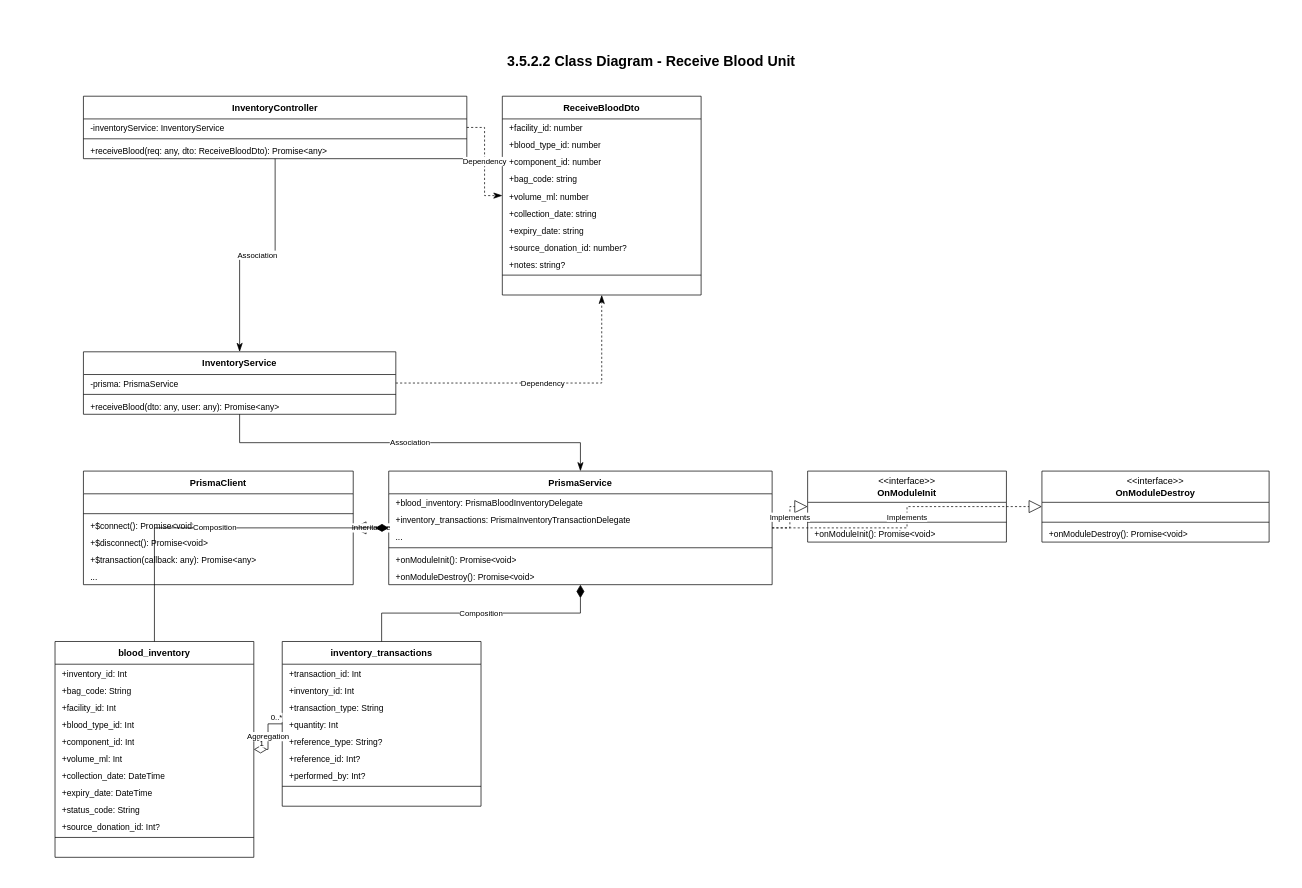
Above: page "Receive Blood Unit" (3 of 6) of inventory_all_class_diagrams.drawio in CuongBC195/class-diagram-donation-blood (draw.io), before the change. Source tidied: cells renumbered, new cells numbered last; positions are measured from the earlier drawing's top-left corner, leaving out a move shared by most shapes. Both pictures are drawn from the tidied source at 71%, with x=0, y=0 at pixel (12, 46).
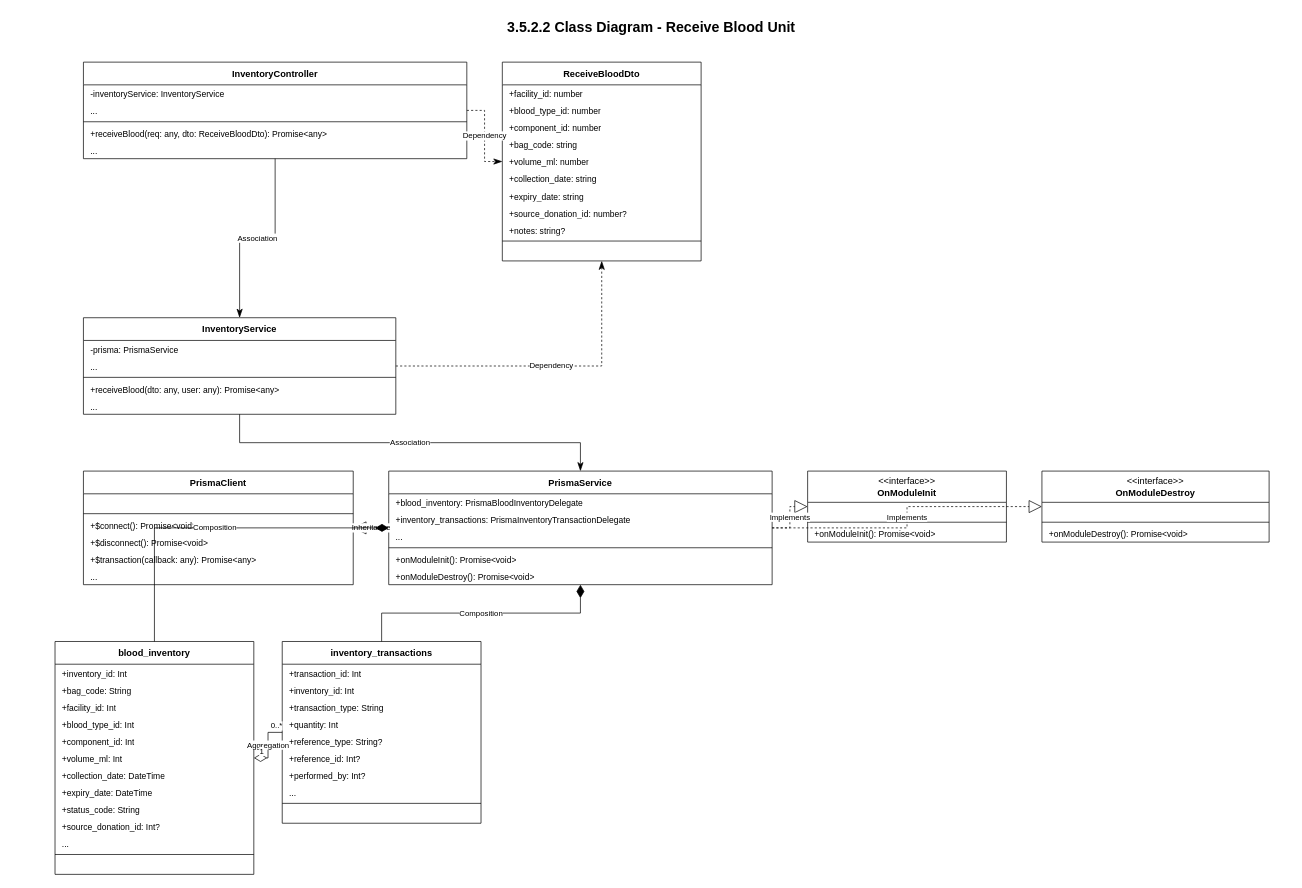
The same page after the edit.

The edit, as a diff of the source:
```diff
@@
     <mxCell id="2" value="3.5.2.2 Class Diagram - Receive Blood Unit" style="text;html=1;strokeColor=none;fillColor=none;align=center;verticalAlign=middle;whiteSpace=wrap;rounded=0;fontFamily=Arial;fontSize=20;fontStyle=1;fontColor=#000000;" parent="1" vertex="1">
-      <mxGeometry width="1800" height="40" as="geometry" />
+      <mxGeometry y="-48" width="1800" height="40" as="geometry" />
     </mxCell>
     <mxCell id="3" value="&lt;b&gt;InventoryController&lt;/b&gt;" style="swimlane;fontStyle=0;horizontal=1;startSize=32;whiteSpace=wrap;html=1;fillColor=#ffffff;strokeColor=#000000;swimlaneFillColor=#ffffff;fontColor=#000000;fontFamily=Arial;fontSize=13;" parent="1" vertex="1">
-      <mxGeometry x="100" y="70" width="540" height="88" as="geometry" />
+      <mxGeometry x="100" y="22" width="540" height="136" as="geometry" />
     </mxCell>
@@
+    <mxCell id="80" value="..." style="text;strokeColor=none;fillColor=none;align=left;verticalAlign=top;spacingLeft=8;spacingRight=8;overflow=hidden;whiteSpace=wrap;html=1;fontFamily=Arial;fontSize=12;fontColor=#000000;" parent="3" vertex="1">
+      <mxGeometry y="56" width="540" height="24" as="geometry" />
+    </mxCell>
     <mxCell id="5" style="line;strokeWidth=1;fillColor=none;strokeColor=#000000;align=left;verticalAlign=middle;" parent="3" vertex="1">
-      <mxGeometry y="56" width="540" height="8" as="geometry" />
+      <mxGeometry y="80" width="540" height="8" as="geometry" />
     </mxCell>
     <mxCell id="6" value="+receiveBlood(req: any, dto: ReceiveBloodDto): Promise&amp;lt;any&amp;gt;" style="text;strokeColor=none;fillColor=none;align=left;verticalAlign=top;spacingLeft=8;spacingRight=8;overflow=hidden;whiteSpace=wrap;html=1;fontFamily=Arial;fontSize=12;fontColor=#000000;" parent="3" vertex="1">
-      <mxGeometry y="64" width="540" height="24" as="geometry" />
+      <mxGeometry y="88" width="540" height="24" as="geometry" />
     </mxCell>
+    <mxCell id="81" value="..." style="text;strokeColor=none;fillColor=none;align=left;verticalAlign=top;spacingLeft=8;spacingRight=8;overflow=hidden;whiteSpace=wrap;html=1;fontFamily=Arial;fontSize=12;fontColor=#000000;" parent="3" vertex="1">
+      <mxGeometry y="112" width="540" height="24" as="geometry" />
+    </mxCell>
     <mxCell id="7" value="&lt;b&gt;ReceiveBloodDto&lt;/b&gt;" style="swimlane;fontStyle=0;horizontal=1;startSize=32;whiteSpace=wrap;html=1;fillColor=#ffffff;strokeColor=#000000;swimlaneFillColor=#ffffff;fontColor=#000000;fontFamily=Arial;fontSize=13;" parent="1" vertex="1">
-      <mxGeometry x="690" y="70" width="280" height="280" as="geometry" />
+      <mxGeometry x="690" y="22" width="280" height="280" as="geometry" />
     </mxCell>
@@
     <mxCell id="19" value="&lt;b&gt;InventoryService&lt;/b&gt;" style="swimlane;fontStyle=0;horizontal=1;startSize=32;whiteSpace=wrap;html=1;fillColor=#ffffff;strokeColor=#000000;swimlaneFillColor=#ffffff;fontColor=#000000;fontFamily=Arial;fontSize=13;" parent="1" vertex="1">
-      <mxGeometry x="100" y="430" width="440" height="88" as="geometry" />
+      <mxGeometry x="100" y="382" width="440" height="136" as="geometry" />
     </mxCell>
@@
+    <mxCell id="82" value="..." style="text;strokeColor=none;fillColor=none;align=left;verticalAlign=top;spacingLeft=8;spacingRight=8;overflow=hidden;whiteSpace=wrap;html=1;fontFamily=Arial;fontSize=12;fontColor=#000000;" parent="19" vertex="1">
+      <mxGeometry y="56" width="440" height="24" as="geometry" />
+    </mxCell>
     <mxCell id="21" style="line;strokeWidth=1;fillColor=none;strokeColor=#000000;align=left;verticalAlign=middle;" parent="19" vertex="1">
-      <mxGeometry y="56" width="440" height="8" as="geometry" />
+      <mxGeometry y="80" width="440" height="8" as="geometry" />
     </mxCell>
     <mxCell id="22" value="+receiveBlood(dto: any, user: any): Promise&amp;lt;any&amp;gt;" style="text;strokeColor=none;fillColor=none;align=left;verticalAlign=top;spacingLeft=8;spacingRight=8;overflow=hidden;whiteSpace=wrap;html=1;fontFamily=Arial;fontSize=12;fontColor=#000000;" parent="19" vertex="1">
-      <mxGeometry y="64" width="440" height="24" as="geometry" />
+      <mxGeometry y="88" width="440" height="24" as="geometry" />
     </mxCell>
+    <mxCell id="83" value="..." style="text;strokeColor=none;fillColor=none;align=left;verticalAlign=top;spacingLeft=8;spacingRight=8;overflow=hidden;whiteSpace=wrap;html=1;fontFamily=Arial;fontSize=12;fontColor=#000000;" parent="19" vertex="1">
+      <mxGeometry y="112" width="440" height="24" as="geometry" />
+    </mxCell>
@@
     <mxCell id="45" value="&lt;b&gt;blood_inventory&lt;/b&gt;" style="swimlane;fontStyle=0;horizontal=1;startSize=32;whiteSpace=wrap;html=1;fillColor=#ffffff;strokeColor=#000000;swimlaneFillColor=#ffffff;fontColor=#000000;fontFamily=Arial;fontSize=13;" parent="1" vertex="1">
-      <mxGeometry x="60" y="838" width="280" height="304" as="geometry" />
+      <mxGeometry x="60" y="838" width="280" height="328" as="geometry" />
     </mxCell>
@@
+    <mxCell id="84" value="..." style="text;strokeColor=none;fillColor=none;align=left;verticalAlign=top;spacingLeft=8;spacingRight=8;overflow=hidden;whiteSpace=wrap;html=1;fontFamily=Arial;fontSize=12;fontColor=#000000;" parent="45" vertex="1">
+      <mxGeometry y="272" width="280" height="24" as="geometry" />
+    </mxCell>
     <mxCell id="56" style="line;strokeWidth=1;fillColor=none;strokeColor=#000000;align=left;verticalAlign=middle;" parent="45" vertex="1">
-      <mxGeometry y="272" width="280" height="8" as="geometry" />
+      <mxGeometry y="296" width="280" height="8" as="geometry" />
     </mxCell>
     <mxCell id="57" value=" " style="text;strokeColor=none;fillColor=none;align=left;verticalAlign=top;spacingLeft=8;spacingRight=8;overflow=hidden;whiteSpace=wrap;html=1;fontFamily=Arial;fontSize=12;fontColor=#000000;" parent="45" vertex="1">
-      <mxGeometry y="280" width="280" height="24" as="geometry" />
+      <mxGeometry y="304" width="280" height="24" as="geometry" />
     </mxCell>
     <mxCell id="58" value="&lt;b&gt;inventory_transactions&lt;/b&gt;" style="swimlane;fontStyle=0;horizontal=1;startSize=32;whiteSpace=wrap;html=1;fillColor=#ffffff;strokeColor=#000000;swimlaneFillColor=#ffffff;fontColor=#000000;fontFamily=Arial;fontSize=13;" parent="1" vertex="1">
-      <mxGeometry x="380" y="838" width="280" height="232" as="geometry" />
+      <mxGeometry x="380" y="838" width="280" height="256" as="geometry" />
     </mxCell>
@@
+    <mxCell id="85" value="..." style="text;strokeColor=none;fillColor=none;align=left;verticalAlign=top;spacingLeft=8;spacingRight=8;overflow=hidden;whiteSpace=wrap;html=1;fontFamily=Arial;fontSize=12;fontColor=#000000;" parent="58" vertex="1">
+      <mxGeometry y="200" width="280" height="24" as="geometry" />
+    </mxCell>
     <mxCell id="66" style="line;strokeWidth=1;fillColor=none;strokeColor=#000000;align=left;verticalAlign=middle;" parent="58" vertex="1">
-      <mxGeometry y="200" width="280" height="8" as="geometry" />
+      <mxGeometry y="224" width="280" height="8" as="geometry" />
     </mxCell>
     <mxCell id="67" value=" " style="text;strokeColor=none;fillColor=none;align=left;verticalAlign=top;spacingLeft=8;spacingRight=8;overflow=hidden;whiteSpace=wrap;html=1;fontFamily=Arial;fontSize=12;fontColor=#000000;" parent="58" vertex="1">
-      <mxGeometry y="208" width="280" height="24" as="geometry" />
+      <mxGeometry y="232" width="280" height="24" as="geometry" />
     </mxCell>
```
